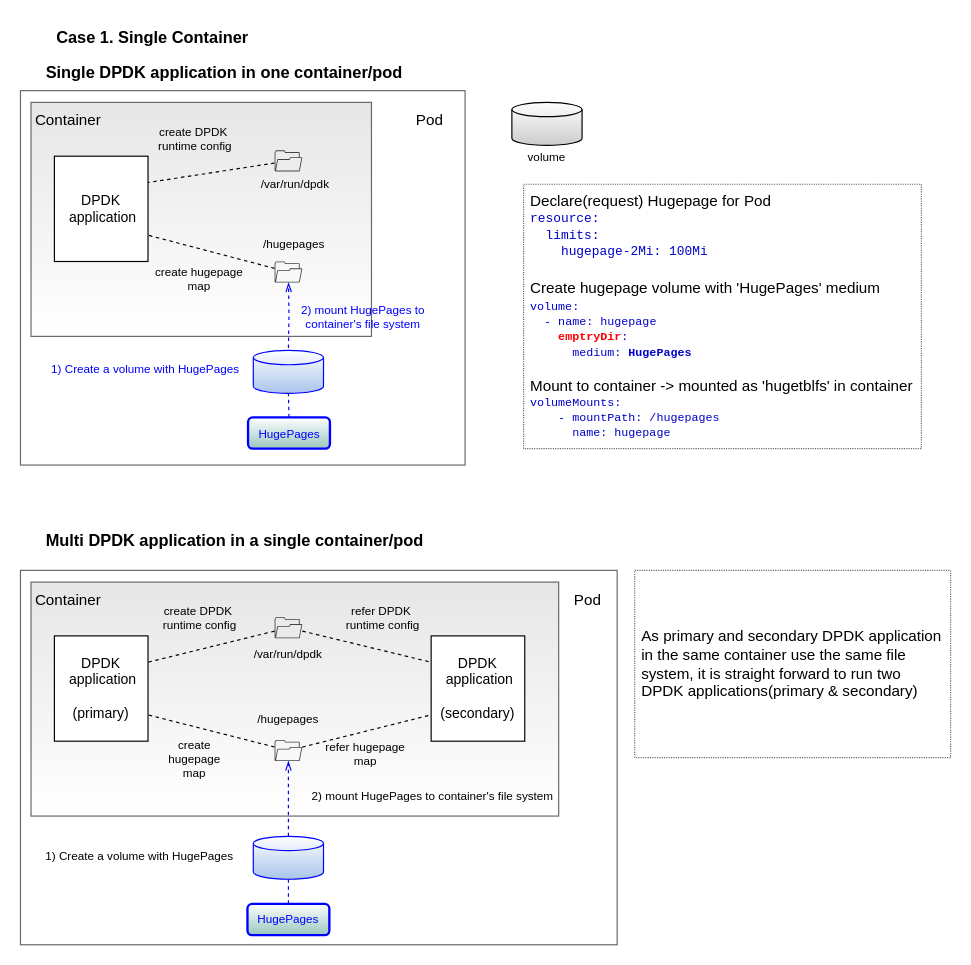
Above: page "1 container-1 pod" (3 of 5) of dpdk multi-process.drawio in cychong47/how-to-share-hugepage-in-k8s (draw.io), before the change. Source tidied: cells renumbered, new cells numbered last; positions are measured from the earlier drawing's top-left corner, leaving out a move shared by most shapes. Both pictures are drawn from the tidied source at 117%, with x=0, y=0 at pixel (20, 20).
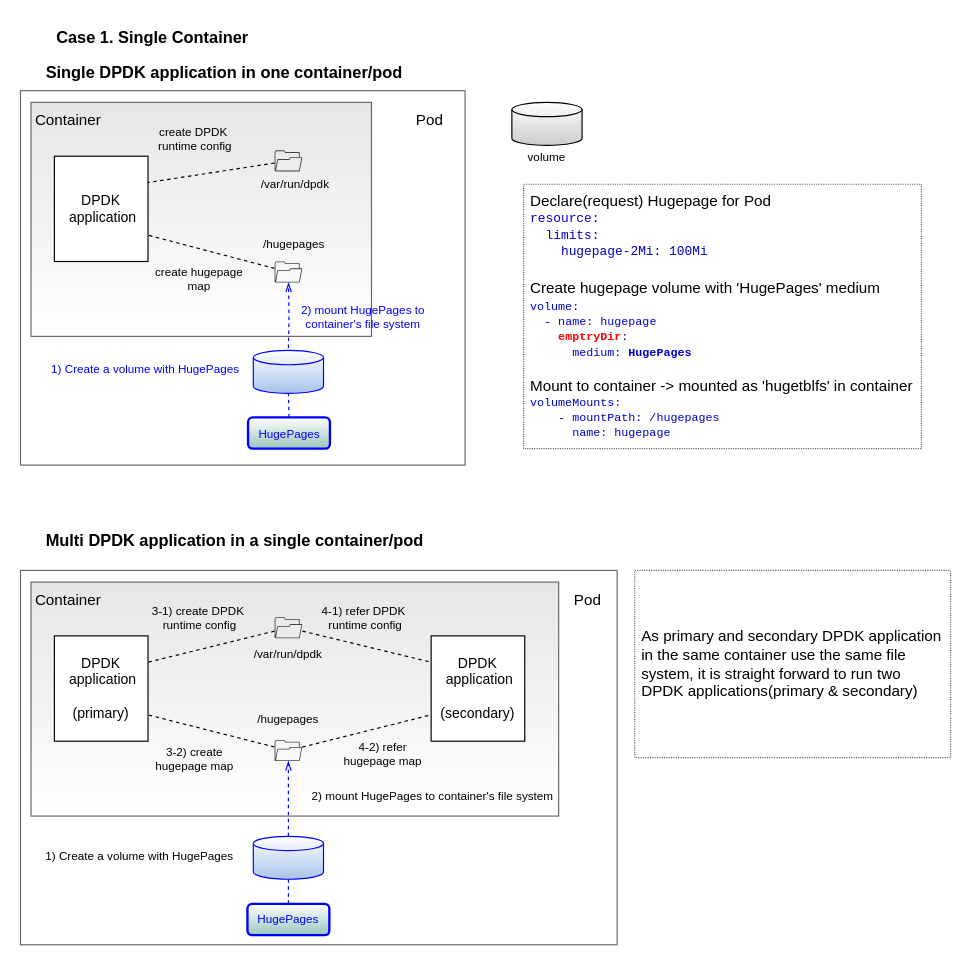
Above is the later version.

Commit message (it also covers changes not shown here):
consider when non-default hugepage is used

The edit, as a diff of the source:
```diff
@@
-    <mxCell id="7" value="refer hugepage&lt;br style=&quot;font-size: 10px&quot;&gt;map" style="text;html=1;strokeColor=none;fillColor=none;align=center;verticalAlign=middle;whiteSpace=wrap;rounded=0;fontColor=#000000;fontSize=10;" parent="1" vertex="1">
-      <mxGeometry x="260" y="612" width="70" height="30" as="geometry" />
+    <mxCell id="7" value="4-2) refer hugepage&amp;nbsp;map" style="text;html=1;strokeColor=none;fillColor=none;align=center;verticalAlign=middle;whiteSpace=wrap;rounded=0;fontColor=#000000;fontSize=10;" parent="1" vertex="1">
+      <mxGeometry x="260" y="612" width="100" height="30" as="geometry" />
     </mxCell>
-    <mxCell id="8" value="refer DPDK&amp;nbsp;&lt;br style=&quot;font-size: 10px&quot;&gt;runtime&amp;nbsp;config" style="text;html=1;strokeColor=none;fillColor=none;align=center;verticalAlign=middle;whiteSpace=wrap;rounded=0;fontColor=#000000;fontSize=10;" parent="1" vertex="1">
-      <mxGeometry x="280" y="496" width="60" height="30" as="geometry" />
+    <mxCell id="8" value="4-1) refer DPDK&amp;nbsp;&lt;br style=&quot;font-size: 10px&quot;&gt;runtime&amp;nbsp;config" style="text;html=1;strokeColor=none;fillColor=none;align=center;verticalAlign=middle;whiteSpace=wrap;rounded=0;fontColor=#000000;fontSize=10;" parent="1" vertex="1">
+      <mxGeometry x="250" y="496" width="90" height="30" as="geometry" />
     </mxCell>
@@
-    <mxCell id="23" value="create DPDK&amp;nbsp;&lt;br style=&quot;font-size: 10px&quot;&gt;runtime&amp;nbsp;config" style="text;html=1;strokeColor=none;fillColor=none;align=center;verticalAlign=middle;whiteSpace=wrap;rounded=0;fontSize=10;" parent="1" vertex="1">
+    <mxCell id="23" value="3-1) create DPDK&amp;nbsp;&lt;br style=&quot;font-size: 10px&quot;&gt;runtime&amp;nbsp;config" style="text;html=1;strokeColor=none;fillColor=none;align=center;verticalAlign=middle;whiteSpace=wrap;rounded=0;fontSize=10;" parent="1" vertex="1">
       <mxGeometry x="109" y="496" width="89" height="30" as="geometry" />
     </mxCell>
@@
-    <mxCell id="27" value="create hugepage&lt;br style=&quot;font-size: 10px&quot;&gt;map" style="text;html=1;strokeColor=none;fillColor=none;align=center;verticalAlign=middle;whiteSpace=wrap;rounded=0;fontSize=10;" parent="1" vertex="1">
+    <mxCell id="27" value="3-2) create hugepage&amp;nbsp;map" style="text;html=1;strokeColor=none;fillColor=none;align=center;verticalAlign=middle;whiteSpace=wrap;rounded=0;fontSize=10;" parent="1" vertex="1">
       <mxGeometry x="119" y="616" width="60" height="30" as="geometry" />
     </mxCell>
```
